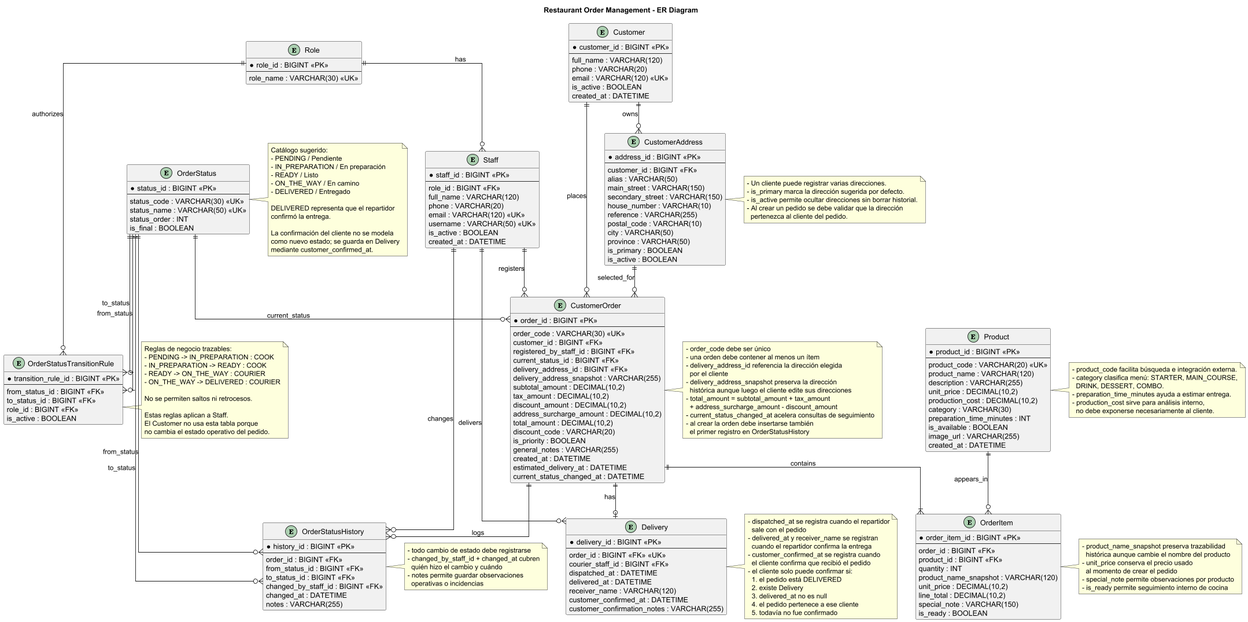
michael-lxndr/AP-first-bimester-project keeps this PlantUML diagram as assets/ER Diagram.png. Above is the earlier version.
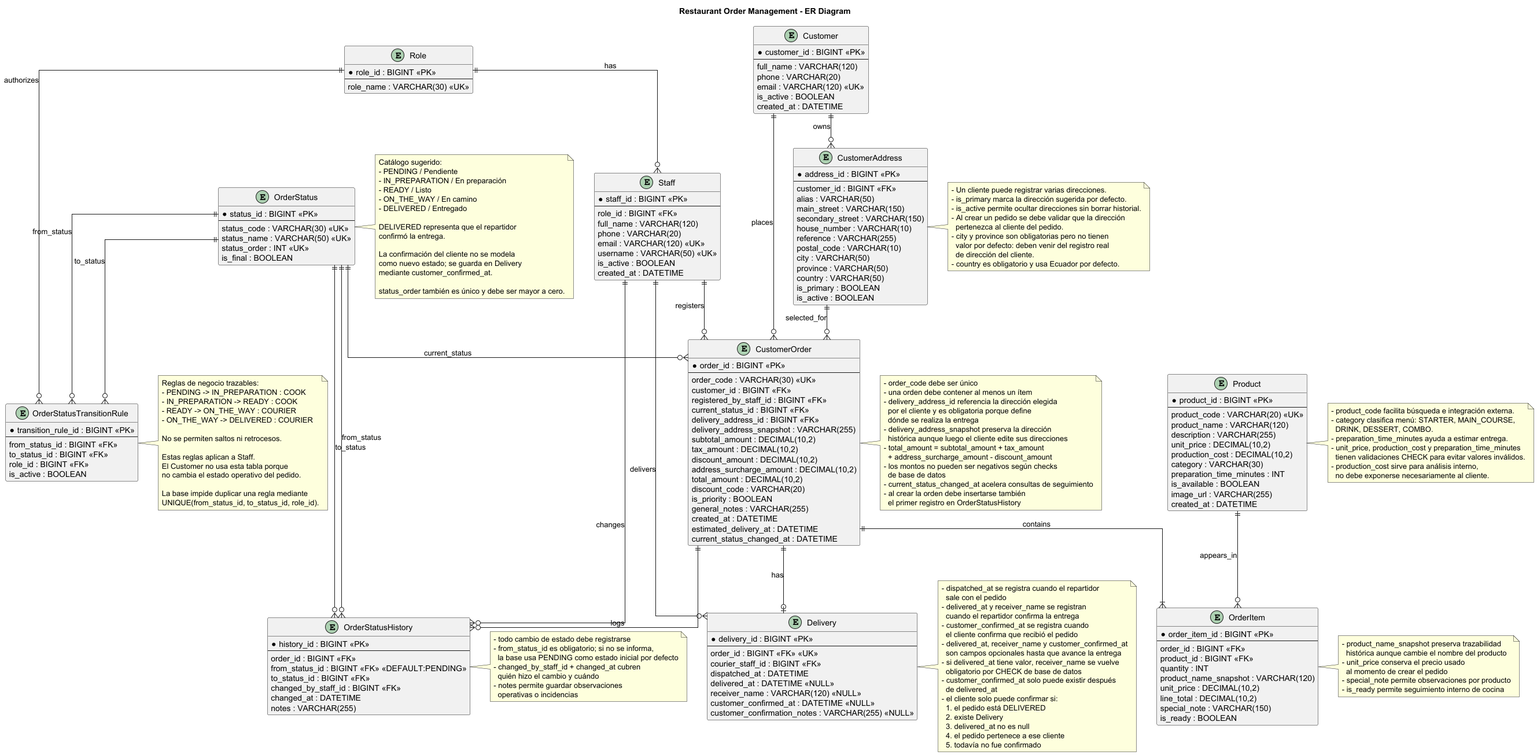
The same diagram one commit later.

Commit message:
docs(assets): Se Elimino el diagrama de las Relaciones de la ER obsoleto en formato PlantUML

Se eliminó el diagrama ER basado en PlantUML (ER Relaciones.puml) y su archivo de imagen asociado, ya que están obsoletos y ya no se utilizan.

What changed in the source:
```diff
@@ -45,6 +45,7 @@
   postal_code : VARCHAR(10)
   city : VARCHAR(50)
   province : VARCHAR(50)
+  country : VARCHAR(50)
   is_primary : BOOLEAN
   is_active : BOOLEAN
 }
@@ -69,7 +70,7 @@
   --
   status_code : VARCHAR(30) <<UK>>
   status_name : VARCHAR(50) <<UK>>
-  status_order : INT
+  status_order : INT <<UK>>
   is_final : BOOLEAN
 }
 
@@ -121,7 +122,7 @@
   *history_id : BIGINT <<PK>>
   --
   order_id : BIGINT <<FK>>
-  from_status_id : BIGINT <<FK>>
+  from_status_id : BIGINT <<FK>> <<DEFAULT:PENDING>>
   to_status_id : BIGINT <<FK>>
   changed_by_staff_id : BIGINT <<FK>>
   changed_at : DATETIME
@@ -134,10 +135,10 @@
   order_id : BIGINT <<FK>> <<UK>>
   courier_staff_id : BIGINT <<FK>>
   dispatched_at : DATETIME
-  delivered_at : DATETIME
-  receiver_name : VARCHAR(120)
-  customer_confirmed_at : DATETIME
-  customer_confirmation_notes : VARCHAR(255)
+  delivered_at : DATETIME <<NULL>>
+  receiver_name : VARCHAR(120) <<NULL>>
+  customer_confirmed_at : DATETIME <<NULL>>
+  customer_confirmation_notes : VARCHAR(255) <<NULL>>
 }
 
 Role ||--o{ Staff : has
@@ -167,11 +168,14 @@
 - order_code debe ser único
 - una orden debe contener al menos un ítem
 - delivery_address_id referencia la dirección elegida
-  por el cliente
+  por el cliente y es obligatoria porque define
+  dónde se realiza la entrega
 - delivery_address_snapshot preserva la dirección
   histórica aunque luego el cliente edite sus direcciones
 - total_amount = subtotal_amount + tax_amount
   + address_surcharge_amount - discount_amount
+- los montos no pueden ser negativos según checks
+  de base de datos
 - current_status_changed_at acelera consultas de seguimiento
 - al crear la orden debe insertarse también
   el primer registro en OrderStatusHistory
@@ -183,6 +187,10 @@
 - is_active permite ocultar direcciones sin borrar historial.
 - Al crear un pedido se debe validar que la dirección
   pertenezca al cliente del pedido.
+- city y province son obligatorias pero no tienen
+  valor por defecto: deben venir del registro real
+  de dirección del cliente.
+- country es obligatorio y usa Ecuador por defecto.
 end note
 
 note right of Product
@@ -190,6 +198,8 @@
 - category clasifica menú: STARTER, MAIN_COURSE,
   DRINK, DESSERT, COMBO.
 - preparation_time_minutes ayuda a estimar entrega.
+- unit_price, production_cost y preparation_time_minutes
+  tienen validaciones CHECK para evitar valores inválidos.
 - production_cost sirve para análisis interno,
   no debe exponerse necesariamente al cliente.
 end note
@@ -208,6 +218,8 @@
 La confirmación del cliente no se modela
 como nuevo estado; se guarda en Delivery
 mediante customer_confirmed_at.
+
+status_order también es único y debe ser mayor a cero.
 end note
 
 note right of OrderStatusTransitionRule
@@ -222,10 +234,15 @@
 Estas reglas aplican a Staff.
 El Customer no usa esta tabla porque
 no cambia el estado operativo del pedido.
+
+La base impide duplicar una regla mediante
+UNIQUE(from_status_id, to_status_id, role_id).
 end note
 
 note right of OrderStatusHistory
 - todo cambio de estado debe registrarse
+- from_status_id es obligatorio; si no se informa,
+  la base usa PENDING como estado inicial por defecto
 - changed_by_staff_id + changed_at cubren
   quién hizo el cambio y cuándo
 - notes permite guardar observaciones
@@ -248,6 +265,12 @@
   cuando el repartidor confirma la entrega
 - customer_confirmed_at se registra cuando
   el cliente confirma que recibió el pedido
+- delivered_at, receiver_name y customer_confirmed_at
+  son campos opcionales hasta que avance la entrega
+- si delivered_at tiene valor, receiver_name se vuelve
+  obligatorio por CHECK de base de datos
+- customer_confirmed_at solo puede existir después
+  de delivered_at
 - el cliente solo puede confirmar si:
   1. el pedido está DELIVERED
   2. existe Delivery
```
